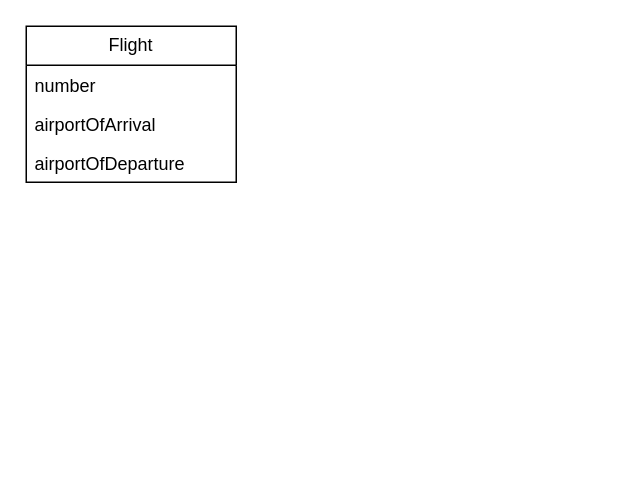
Before: airlinediagram.drawio in olliglorioso/datasets, a draw.io diagram. Source tidied: cells renumbered, new cells numbered last; positions are measured from the earlier drawing's top-left corner, leaving out a move shared by most shapes. Both pictures are drawn from the tidied source at 150%, with x=0, y=0 at pixel (26, 26).
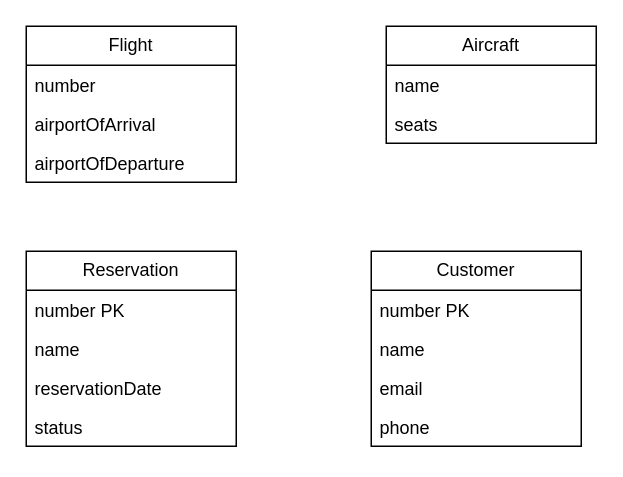
Above is the later version.

The edit, as a diff of the source:
```diff
@@
 <mxGraphModel>
   <root>
     <mxCell id="0" />
     <mxCell id="1" parent="0" />
     <mxCell id="2" value="Flight" style="swimlane;fontStyle=0;horizontal=1;startSize=26;fillColor=none;whiteSpace=wrap;html=1;" parent="1" vertex="1">
       <mxGeometry width="140" height="104" as="geometry" />
     </mxCell>
     <mxCell id="3" value="number" style="text;strokeColor=none;fillColor=none;align=left;verticalAlign=top;spacingLeft=4;spacingRight=4;overflow=hidden;whiteSpace=wrap;html=1;" parent="2" vertex="1">
       <mxGeometry y="26" width="140" height="26" as="geometry" />
     </mxCell>
     <mxCell id="4" value="airportOfArrival" style="text;strokeColor=none;fillColor=none;align=left;verticalAlign=top;spacingLeft=4;spacingRight=4;overflow=hidden;whiteSpace=wrap;html=1;" parent="2" vertex="1">
       <mxGeometry y="52" width="140" height="26" as="geometry" />
     </mxCell>
     <mxCell id="5" value="airportOfDeparture" style="text;strokeColor=none;fillColor=none;align=left;verticalAlign=top;spacingLeft=4;spacingRight=4;overflow=hidden;whiteSpace=wrap;html=1;" parent="2" vertex="1">
       <mxGeometry y="78" width="140" height="26" as="geometry" />
     </mxCell>
+    <mxCell id="6" value="Aircraft" style="swimlane;fontStyle=0;horizontal=1;startSize=26;fillColor=none;whiteSpace=wrap;html=1;" parent="1" vertex="1">
+      <mxGeometry x="240" width="140" height="78" as="geometry" />
+    </mxCell>
+    <mxCell id="7" value="name" style="text;strokeColor=none;fillColor=none;align=left;verticalAlign=top;spacingLeft=4;spacingRight=4;overflow=hidden;whiteSpace=wrap;html=1;" parent="6" vertex="1">
+      <mxGeometry y="26" width="140" height="26" as="geometry" />
+    </mxCell>
+    <mxCell id="8" value="seats" style="text;strokeColor=none;fillColor=none;align=left;verticalAlign=top;spacingLeft=4;spacingRight=4;overflow=hidden;whiteSpace=wrap;html=1;" parent="6" vertex="1">
+      <mxGeometry y="52" width="140" height="26" as="geometry" />
+    </mxCell>
+    <mxCell id="9" value="Customer" style="swimlane;fontStyle=0;horizontal=1;startSize=26;fillColor=none;whiteSpace=wrap;html=1;" parent="1" vertex="1">
+      <mxGeometry x="230" y="150" width="140" height="130" as="geometry" />
+    </mxCell>
+    <mxCell id="10" value="number PK" style="text;strokeColor=none;fillColor=none;align=left;verticalAlign=top;spacingLeft=4;spacingRight=4;overflow=hidden;whiteSpace=wrap;html=1;" parent="9" vertex="1">
+      <mxGeometry y="26" width="140" height="26" as="geometry" />
+    </mxCell>
+    <mxCell id="11" value="name" style="text;strokeColor=none;fillColor=none;align=left;verticalAlign=top;spacingLeft=4;spacingRight=4;overflow=hidden;whiteSpace=wrap;html=1;" parent="9" vertex="1">
+      <mxGeometry y="52" width="140" height="26" as="geometry" />
+    </mxCell>
+    <mxCell id="12" value="email" style="text;strokeColor=none;fillColor=none;align=left;verticalAlign=top;spacingLeft=4;spacingRight=4;overflow=hidden;whiteSpace=wrap;html=1;" parent="9" vertex="1">
+      <mxGeometry y="78" width="140" height="26" as="geometry" />
+    </mxCell>
+    <mxCell id="13" value="phone" style="text;strokeColor=none;fillColor=none;align=left;verticalAlign=top;spacingLeft=4;spacingRight=4;overflow=hidden;whiteSpace=wrap;html=1;" parent="9" vertex="1">
+      <mxGeometry y="104" width="140" height="26" as="geometry" />
+    </mxCell>
+    <mxCell id="14" value="Reservation" style="swimlane;fontStyle=0;horizontal=1;startSize=26;fillColor=none;whiteSpace=wrap;html=1;" parent="1" vertex="1">
+      <mxGeometry y="150" width="140" height="130" as="geometry" />
+    </mxCell>
+    <mxCell id="15" value="number PK" style="text;strokeColor=none;fillColor=none;align=left;verticalAlign=top;spacingLeft=4;spacingRight=4;overflow=hidden;whiteSpace=wrap;html=1;" parent="14" vertex="1">
+      <mxGeometry y="26" width="140" height="26" as="geometry" />
+    </mxCell>
+    <mxCell id="16" value="name" style="text;strokeColor=none;fillColor=none;align=left;verticalAlign=top;spacingLeft=4;spacingRight=4;overflow=hidden;whiteSpace=wrap;html=1;" parent="14" vertex="1">
+      <mxGeometry y="52" width="140" height="26" as="geometry" />
+    </mxCell>
+    <mxCell id="17" value="reservationDate" style="text;strokeColor=none;fillColor=none;align=left;verticalAlign=top;spacingLeft=4;spacingRight=4;overflow=hidden;whiteSpace=wrap;html=1;" parent="14" vertex="1">
+      <mxGeometry y="78" width="140" height="26" as="geometry" />
+    </mxCell>
+    <mxCell id="18" value="status" style="text;strokeColor=none;fillColor=none;align=left;verticalAlign=top;spacingLeft=4;spacingRight=4;overflow=hidden;whiteSpace=wrap;html=1;" parent="14" vertex="1">
+      <mxGeometry y="104" width="140" height="26" as="geometry" />
+    </mxCell>
   </root>
 </mxGraphModel>
```
